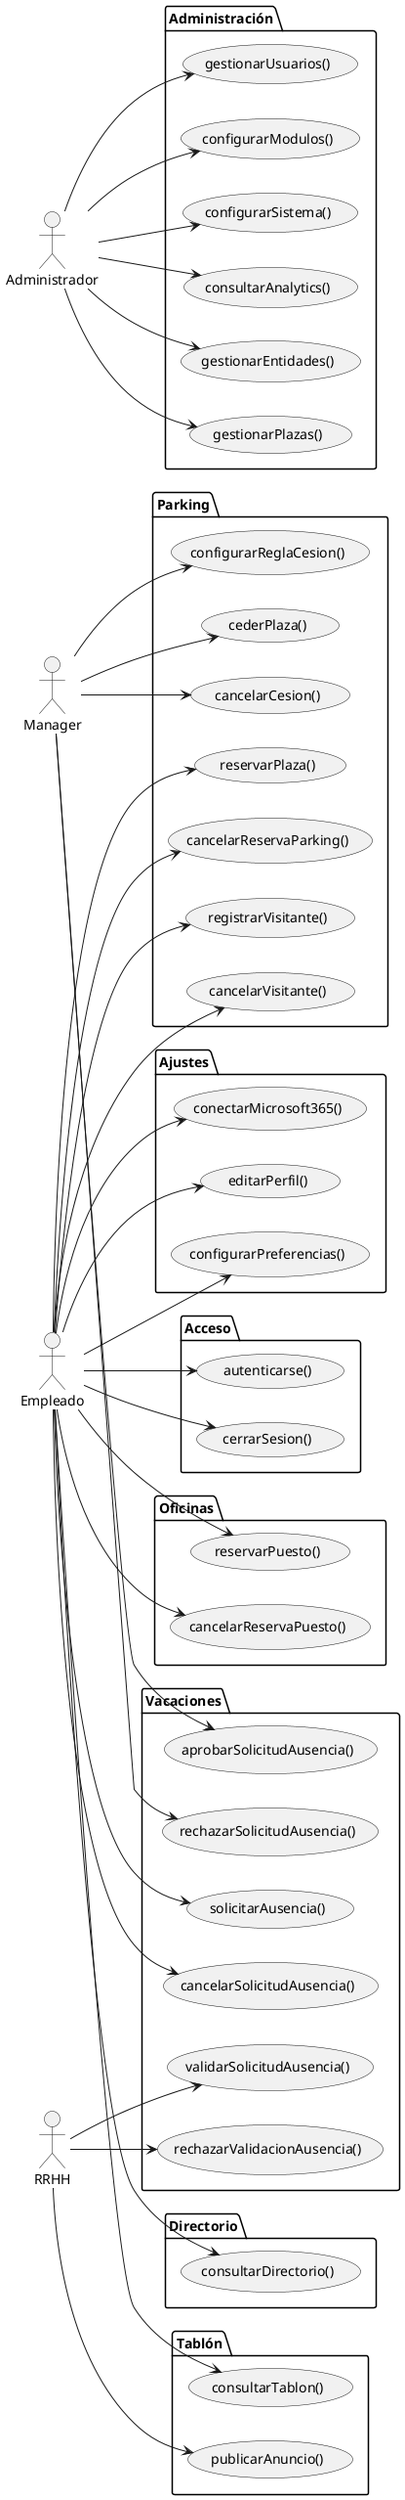
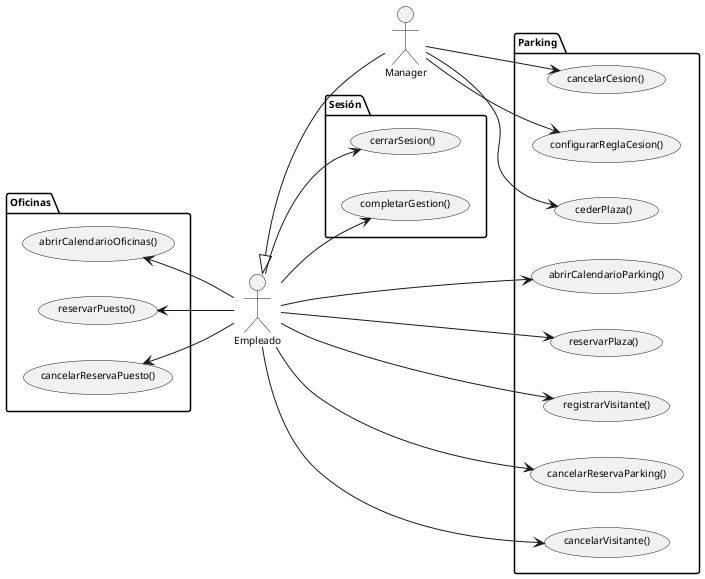
@startuml casosUso

left to right direction
+ skinparam defaultFontName Arial
+ skinparam defaultFontSize 10

- actor "Empleado"      as empleado
- actor "Manager"       as manager
- actor "RRHH"          as rrhh
- actor "Administrador" as admin
+ actor "Empleado" as empleado
+ actor "Manager"  as manager

- package "Acceso" {
-   usecase "autenticarse()"           as UC_AUTH
-   usecase "cerrarSesion()"           as UC_LOGOUT
+ empleado <|-- manager
+ 
+ package "Sesión" {
+   usecase "cerrarSesion()"     as UC_LOGOUT
+   usecase "completarGestion()" as UC_CG
}

package "Parking" {
+   usecase "abrirCalendarioParking()" as UC_ACP
  usecase "reservarPlaza()"          as UC_RP
  usecase "cancelarReservaParking()" as UC_CRP
-   usecase "registrarVisitante()"     as UC_RV
-   usecase "cancelarVisitante()"      as UC_CV
  usecase "cederPlaza()"             as UC_CP
  usecase "cancelarCesion()"         as UC_CC
  usecase "configurarReglaCesion()"  as UC_CRC
+   usecase "registrarVisitante()"     as UC_RV
+   usecase "cancelarVisitante()"      as UC_CV
}

package "Oficinas" {
-   usecase "reservarPuesto()"         as UC_RPO
-   usecase "cancelarReservaPuesto()"  as UC_CRPO
+   usecase "abrirCalendarioOficinas()" as UC_ACO
+   usecase "reservarPuesto()"          as UC_RPO
+   usecase "cancelarReservaPuesto()"   as UC_CRPO
}

- package "Vacaciones" {
-   usecase "solicitarAusencia()"           as UC_SA
-   usecase "cancelarSolicitudAusencia()"   as UC_CSA
-   usecase "aprobarSolicitudAusencia()"    as UC_ASA
-   usecase "rechazarSolicitudAusencia()"   as UC_RSA
-   usecase "validarSolicitudAusencia()"    as UC_VSA
-   usecase "rechazarValidacionAusencia()"  as UC_RVA
- }
- 
- package "Tablón" {
-   usecase "consultarTablon()"        as UC_CT
-   usecase "publicarAnuncio()"        as UC_PA
- }
- 
- package "Directorio" {
-   usecase "consultarDirectorio()"    as UC_CD
- }
- 
- package "Ajustes" {
-   usecase "editarPerfil()"           as UC_EP
-   usecase "configurarPreferencias()" as UC_CFP
-   usecase "conectarMicrosoft365()"   as UC_CM
- }
- 
- package "Administración" {
-   usecase "gestionarEntidades()"     as UC_GE
-   usecase "gestionarPlazas()"        as UC_GP
-   usecase "gestionarUsuarios()"      as UC_GU
-   usecase "configurarModulos()"      as UC_CMO
-   usecase "configurarSistema()"      as UC_CS
-   usecase "consultarAnalytics()"     as UC_CA
- }
- 
- ' ── Empleado ─────────────────────────────────────────────────────────────────
- 
- empleado --> UC_AUTH
empleado --> UC_LOGOUT
+ empleado --> UC_CG
+ empleado --> UC_ACP
empleado --> UC_RP
- empleado --> UC_CRP
+ (UC_CRP) <-- empleado
empleado --> UC_RV
- empleado --> UC_CV
+ (UC_CV) <-- empleado
+ (UC_ACO) <-- empleado
empleado --> UC_RPO
- empleado --> UC_CRPO
- empleado --> UC_SA
- empleado --> UC_CSA
- empleado --> UC_CT
- empleado --> UC_CD
- empleado --> UC_EP
- empleado --> UC_CFP
- empleado --> UC_CM
- 
- ' ── Manager ──────────────────────────────────────────────────────────────────
+ (UC_CRPO) <-- empleado

manager --> UC_CP
manager --> UC_CC
manager --> UC_CRC
- manager --> UC_ASA
- manager --> UC_RSA
- 
- ' ── RRHH ─────────────────────────────────────────────────────────────────────
- 
- rrhh --> UC_VSA
- rrhh --> UC_RVA
- rrhh --> UC_PA
- 
- ' ── Administrador ────────────────────────────────────────────────────────────
- 
- admin --> UC_GE
- admin --> UC_GP
- admin --> UC_GU
- admin --> UC_CMO
- admin --> UC_CS
- admin --> UC_CA

@enduml
